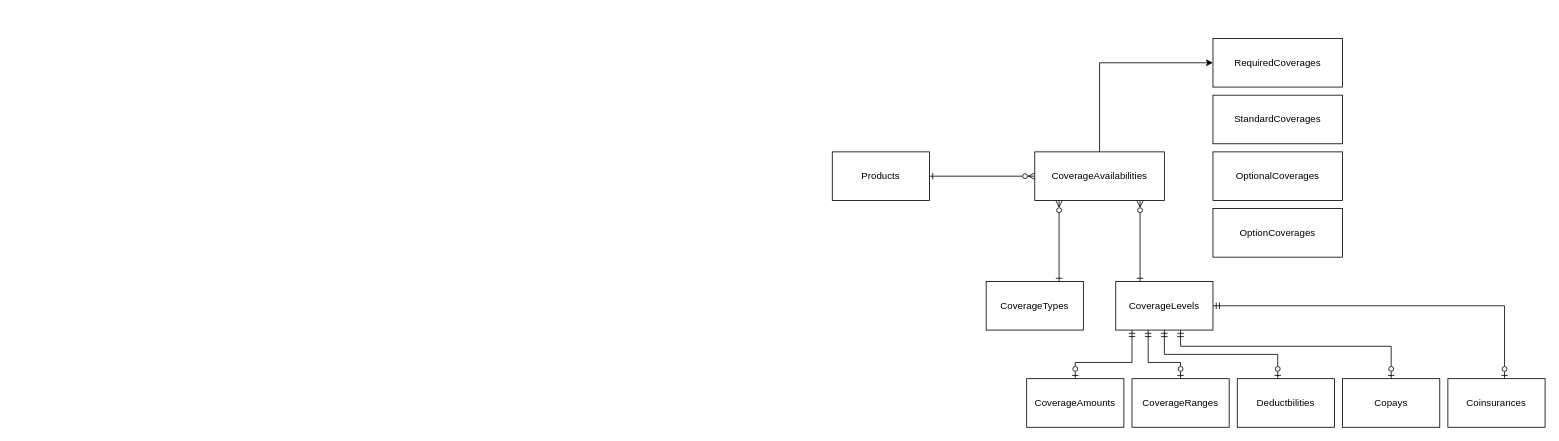
The draw.io diagram mti-system.drawio in chavp/data-modeling, before the edit. Source tidied: cells renumbered, new cells numbered last; positions are measured from the earlier drawing's top-left corner, leaving out a move shared by most shapes. Both pictures are drawn from the tidied source at 81%, with x=0, y=0 at pixel (832, 38).
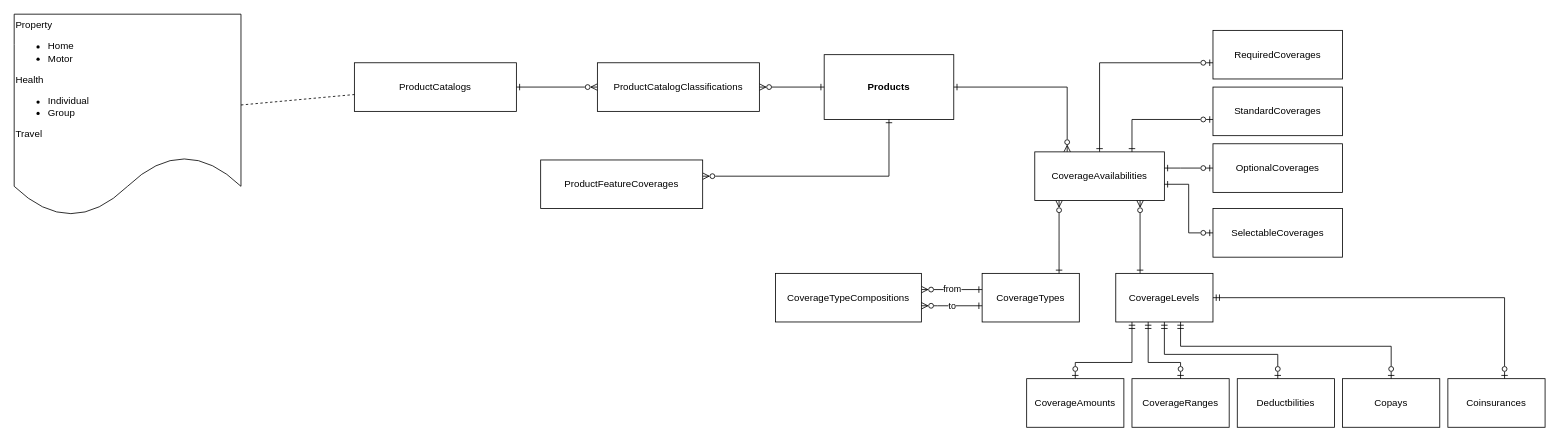
Above is the later version.

The change refers to these unchanged cells:
```xml
<mxCell id="7" value="CoverageAvailabilities" style="rounded=0;whiteSpace=wrap;html=1;" parent="1" vertex="1">
  <mxGeometry x="250" y="140" width="160" height="60" as="geometry" />
</mxCell>
<mxCell id="15" value="Coinsurances" style="rounded=0;whiteSpace=wrap;html=1;" parent="1" vertex="1">
  <mxGeometry x="760" y="420" width="120" height="60" as="geometry" />
</mxCell>
```

Diff of the diagram source:
```diff
@@
-    <mxCell id="2" value="Products" style="rounded=0;whiteSpace=wrap;html=1;" parent="1" vertex="1">
-      <mxGeometry y="140" width="120" height="60" as="geometry" />
+    <mxCell id="2" value="Products" style="rounded=0;whiteSpace=wrap;html=1;fontStyle=1;" parent="1" vertex="1">
+      <mxGeometry x="-10" y="20" width="160" height="80" as="geometry" />
     </mxCell>
     <mxCell id="3" value="CoverageTypes" style="rounded=0;whiteSpace=wrap;html=1;" parent="1" vertex="1">
-      <mxGeometry x="190" y="300" width="120" height="60" as="geometry" />
+      <mxGeometry x="185" y="290" width="120" height="60" as="geometry" />
     </mxCell>
@@
     <mxCell id="5" style="edgeStyle=orthogonalEdgeStyle;rounded=0;jettySize=auto;html=1;endArrow=ERone;endFill=0;startArrow=ERzeroToMany;startFill=0;" parent="1" edge="1" source="7" target="2">
-      <mxGeometry relative="1" as="geometry" />
+      <mxGeometry relative="1" as="geometry">
+        <Array as="points">
+          <mxPoint x="290" y="60" />
+        </Array>
+      </mxGeometry>
     </mxCell>
-    <mxCell id="6" style="edgeStyle=orthogonalEdgeStyle;rounded=0;jettySize=auto;html=1;" parent="1" edge="1" source="7" target="20">
+    <mxCell id="6" style="edgeStyle=orthogonalEdgeStyle;rounded=0;jettySize=auto;html=1;startArrow=ERone;startFill=0;endArrow=ERzeroToOne;endFill=0;" parent="1" edge="1" source="7" target="20">
       <mxGeometry relative="1" as="geometry">
         <Array as="points">
           <mxPoint x="330" y="30" />
         </Array>
       </mxGeometry>
     </mxCell>
@@
     <mxCell id="9" value="CoverageLevels" style="rounded=0;whiteSpace=wrap;html=1;" parent="1" vertex="1">
-      <mxGeometry x="350" y="300" width="120" height="60" as="geometry" />
+      <mxGeometry x="350" y="290" width="120" height="60" as="geometry" />
     </mxCell>
@@
     <mxCell id="19" style="edgeStyle=orthogonalEdgeStyle;rounded=0;jettySize=auto;html=1;startArrow=ERmandOne;startFill=0;endArrow=ERzeroToOne;endFill=0;" parent="1" edge="1" source="9" target="15">
       <mxGeometry relative="1" as="geometry">
         <Array as="points">
-          <mxPoint x="830" y="330" />
+          <mxPoint x="830" y="320" />
         </Array>
       </mxGeometry>
     </mxCell>
     <mxCell id="20" value="RequiredCoverages" style="rounded=0;whiteSpace=wrap;html=1;" parent="1" vertex="1">
-      <mxGeometry x="470" width="160" height="60" as="geometry" />
+      <mxGeometry x="470" y="-10" width="160" height="60" as="geometry" />
     </mxCell>
     <mxCell id="21" value="StandardCoverages" style="rounded=0;whiteSpace=wrap;html=1;" parent="1" vertex="1">
-      <mxGeometry x="470" y="70" width="160" height="60" as="geometry" />
+      <mxGeometry x="470" y="60" width="160" height="60" as="geometry" />
     </mxCell>
     <mxCell id="22" value="OptionalCoverages" style="rounded=0;whiteSpace=wrap;html=1;" parent="1" vertex="1">
-      <mxGeometry x="470" y="140" width="160" height="60" as="geometry" />
+      <mxGeometry x="470" y="130" width="160" height="60" as="geometry" />
     </mxCell>
-    <mxCell id="23" value="OptionCoverages" style="rounded=0;whiteSpace=wrap;html=1;" parent="1" vertex="1">
+    <mxCell id="23" value="SelectableCoverages" style="rounded=0;whiteSpace=wrap;html=1;" parent="1" vertex="1">
       <mxGeometry x="470" y="210" width="160" height="60" as="geometry" />
     </mxCell>
+    <mxCell id="24" style="edgeStyle=orthogonalEdgeStyle;rounded=0;jettySize=auto;html=1;startArrow=ERone;startFill=0;endArrow=ERzeroToOne;endFill=0;" parent="1" edge="1" source="7" target="21">
+      <mxGeometry relative="1" as="geometry">
+        <Array as="points">
+          <mxPoint x="370" y="100" />
+        </Array>
+      </mxGeometry>
+    </mxCell>
+    <mxCell id="25" style="edgeStyle=orthogonalEdgeStyle;rounded=0;jettySize=auto;html=1;startArrow=ERone;startFill=0;endArrow=ERzeroToOne;endFill=0;" parent="1" edge="1" source="7" target="22">
+      <mxGeometry relative="1" as="geometry">
+        <Array as="points">
+          <mxPoint x="430" y="160" />
+          <mxPoint x="430" y="160" />
+        </Array>
+      </mxGeometry>
+    </mxCell>
+    <mxCell id="26" style="edgeStyle=orthogonalEdgeStyle;rounded=0;jettySize=auto;html=1;startArrow=ERone;startFill=0;endArrow=ERzeroToOne;endFill=0;" parent="1" edge="1" source="7" target="23">
+      <mxGeometry relative="1" as="geometry">
+        <Array as="points">
+          <mxPoint x="440" y="180" />
+          <mxPoint x="440" y="240" />
+        </Array>
+      </mxGeometry>
+    </mxCell>
+    <mxCell id="27" value="from" style="edgeStyle=orthogonalEdgeStyle;rounded=0;jettySize=auto;html=1;endArrow=ERone;endFill=0;startArrow=ERzeroToMany;startFill=0;" parent="1" edge="1" source="28" target="3">
+      <mxGeometry relative="1" as="geometry">
+        <Array as="points">
+          <mxPoint x="150" y="310" />
+          <mxPoint x="150" y="310" />
+        </Array>
+      </mxGeometry>
+    </mxCell>
+    <mxCell id="28" value="CoverageTypeCompositions" style="rounded=0;whiteSpace=wrap;html=1;" parent="1" vertex="1">
+      <mxGeometry x="-70" y="290" width="180" height="60" as="geometry" />
+    </mxCell>
+    <mxCell id="29" value="to" style="edgeStyle=orthogonalEdgeStyle;rounded=0;jettySize=auto;html=1;endArrow=ERone;endFill=0;startArrow=ERzeroToMany;startFill=0;" parent="1" edge="1" source="28" target="3">
+      <mxGeometry relative="1" as="geometry">
+        <Array as="points">
+          <mxPoint x="130" y="330" />
+          <mxPoint x="130" y="330" />
+        </Array>
+      </mxGeometry>
+    </mxCell>
+    <mxCell id="30" style="edgeStyle=orthogonalEdgeStyle;rounded=0;jettySize=auto;html=1;endArrow=ERone;endFill=0;startArrow=ERzeroToMany;startFill=0;" parent="1" edge="1" source="32" target="2">
+      <mxGeometry relative="1" as="geometry">
+        <Array as="points">
+          <mxPoint x="-230" y="60" />
+        </Array>
+      </mxGeometry>
+    </mxCell>
+    <mxCell id="31" style="edgeStyle=orthogonalEdgeStyle;rounded=0;jettySize=auto;html=1;endArrow=ERone;endFill=0;startArrow=ERzeroToMany;startFill=0;" parent="1" edge="1" source="32" target="33">
+      <mxGeometry relative="1" as="geometry" />
+    </mxCell>
+    <mxCell id="32" value="ProductCatalogClassifications" style="rounded=0;whiteSpace=wrap;html=1;" parent="1" vertex="1">
+      <mxGeometry x="-290" y="30" width="200" height="60" as="geometry" />
+    </mxCell>
+    <mxCell id="33" value="ProductCatalogs" style="rounded=0;whiteSpace=wrap;html=1;" parent="1" vertex="1">
+      <mxGeometry x="-590" y="30" width="200" height="60" as="geometry" />
+    </mxCell>
+    <mxCell id="34" style="rounded=0;jettySize=auto;html=1;dashed=1;endArrow=none;endFill=0;" parent="1" edge="1" source="35" target="33">
+      <mxGeometry relative="1" as="geometry" />
+    </mxCell>
+    <mxCell id="35" value="Property&lt;div style=&quot;&quot;&gt;&lt;ul&gt;&lt;li&gt;Home&lt;/li&gt;&lt;li&gt;Motor&lt;/li&gt;&lt;/ul&gt;&lt;/div&gt;&lt;div&gt;Health&lt;/div&gt;&lt;div&gt;&lt;ul&gt;&lt;li&gt;Individual&lt;/li&gt;&lt;li&gt;Group&lt;/li&gt;&lt;/ul&gt;&lt;div&gt;Travel&lt;/div&gt;&lt;/div&gt;&lt;div&gt;&lt;br&gt;&lt;/div&gt;" style="shape=document;whiteSpace=wrap;html=1;boundedLbl=1;align=left;verticalAlign=middle;" parent="1" vertex="1">
+      <mxGeometry x="-1010" y="-30" width="280" height="250" as="geometry" />
+    </mxCell>
+    <mxCell id="36" style="edgeStyle=orthogonalEdgeStyle;rounded=0;jettySize=auto;html=1;endArrow=ERone;endFill=0;startArrow=ERzeroToMany;startFill=0;" parent="1" edge="1" source="37" target="2">
+      <mxGeometry relative="1" as="geometry">
+        <Array as="points">
+          <mxPoint x="70" y="170" />
+        </Array>
+      </mxGeometry>
+    </mxCell>
+    <mxCell id="37" value="ProductFeatureCoverages" style="rounded=0;whiteSpace=wrap;html=1;" parent="1" vertex="1">
+      <mxGeometry x="-360" y="150" width="200" height="60" as="geometry" />
+    </mxCell>
```
